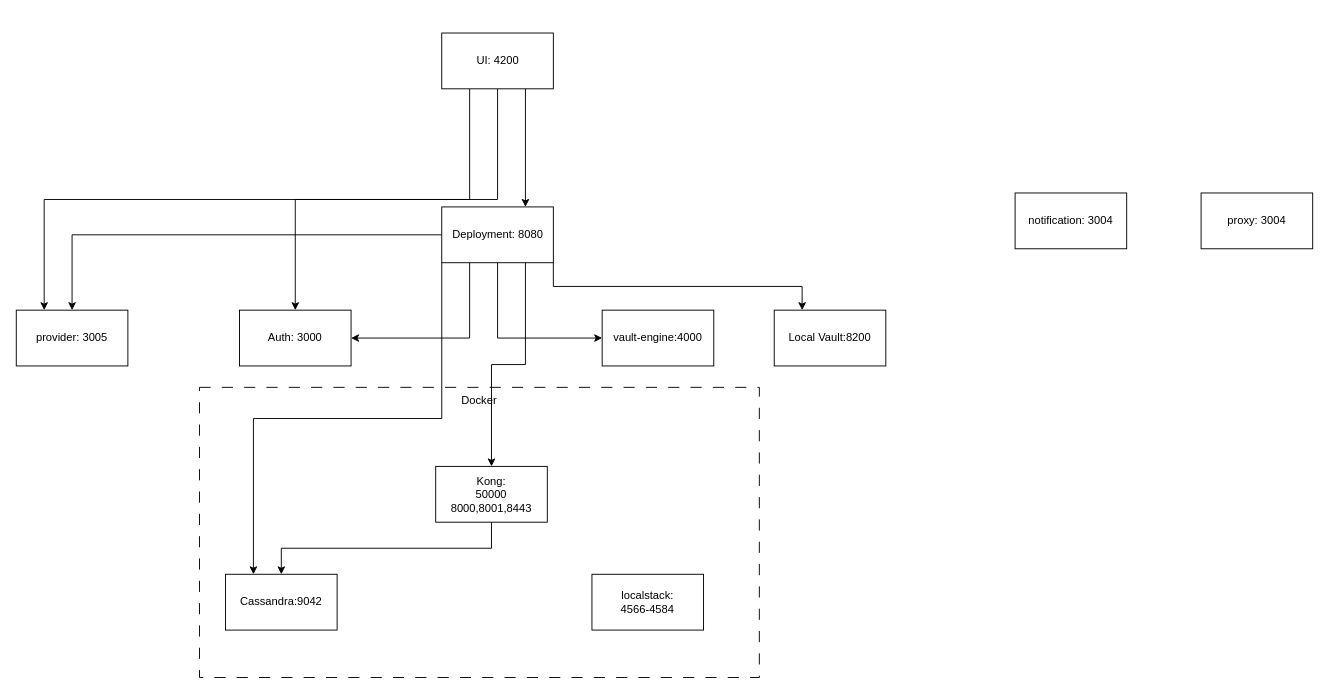
This is cerberus/local Cerberus.drawio from Albert-W/Draw_io, a draw.io file, before an edit. Source tidied: cells renumbered, new cells numbered last; positions are measured from the earlier drawing's top-left corner, leaving out a move shared by most shapes. Both pictures are drawn from the tidied source at 93%, with x=0, y=0 at pixel (16, 33).
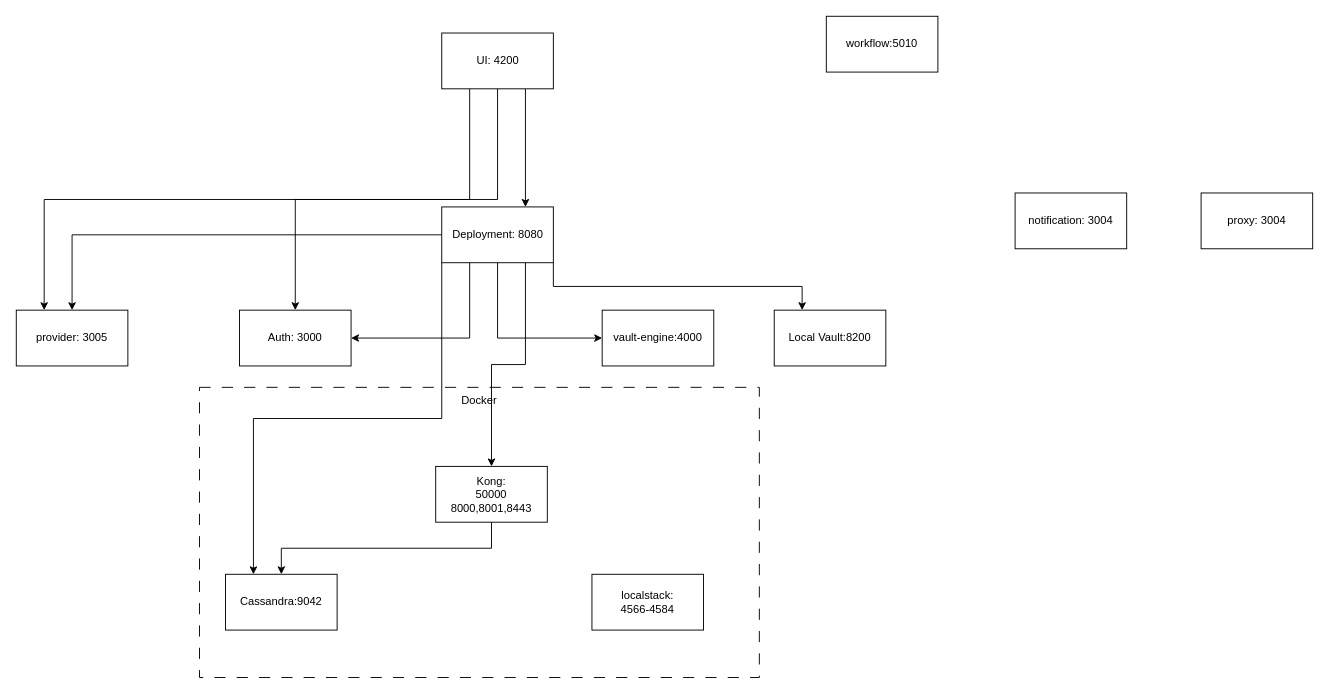
The same diagram, later.

What changed in the source:
```diff
@@
+    <mxCell id="24" value="workflow:5010" style="rounded=0;whiteSpace=wrap;html=1;" parent="1" vertex="1">
+      <mxGeometry x="871" y="-18" width="120" height="60" as="geometry" />
+    </mxCell>
```
